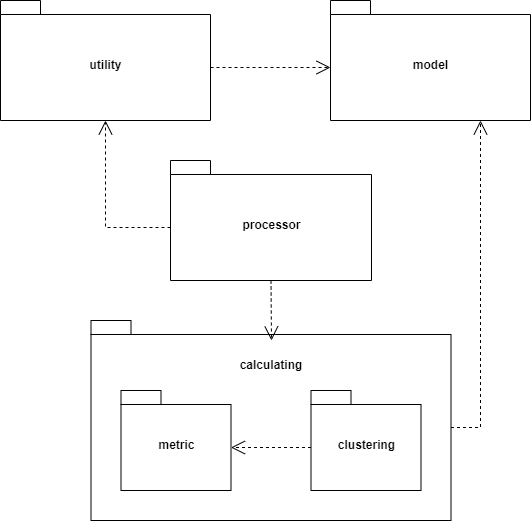
Earlier version of the draw.io export fuchs-1196307/Elaboration/Images/packages.png (lzfs/Bachelorarbeit-Fuchs). Source tidied: cells renumbered, new cells last; positions are measured from the earlier drawing's top-left corner, leaving out a move shared by most shapes. The source it was exported from:
```xml
<mxGraphModel>
  <root>
    <mxCell id="0" />
    <mxCell id="1" parent="0" />
    <mxCell id="2" style="shape=folder;fontStyle=1;spacingTop=10;tabWidth=40;tabHeight=14;tabPosition=left;html=1;" parent="1" vertex="1">
      <mxGeometry x="90.5" y="320" width="360" height="200" as="geometry" />
    </mxCell>
    <mxCell id="3" value="utility" style="shape=folder;fontStyle=1;spacingTop=10;tabWidth=40;tabHeight=14;tabPosition=left;html=1;" parent="1" vertex="1">
      <mxGeometry width="210" height="120" as="geometry" />
    </mxCell>
    <mxCell id="4" value="processor" style="shape=folder;fontStyle=1;spacingTop=10;tabWidth=40;tabHeight=14;tabPosition=left;html=1;" parent="1" vertex="1">
      <mxGeometry x="170" y="160" width="201" height="120" as="geometry" />
    </mxCell>
    <mxCell id="5" value="model" style="shape=folder;fontStyle=1;spacingTop=10;tabWidth=40;tabHeight=14;tabPosition=left;html=1;" parent="1" vertex="1">
      <mxGeometry x="330" width="200" height="120" as="geometry" />
    </mxCell>
    <mxCell id="6" value="metric" style="shape=folder;fontStyle=1;spacingTop=10;tabWidth=40;tabHeight=14;tabPosition=left;html=1;" parent="1" vertex="1">
      <mxGeometry x="120.5" y="390" width="110" height="100" as="geometry" />
    </mxCell>
    <mxCell id="7" value="clustering" style="shape=folder;fontStyle=1;spacingTop=10;tabWidth=40;tabHeight=14;tabPosition=left;html=1;" parent="1" vertex="1">
      <mxGeometry x="310.5" y="390" width="110" height="100" as="geometry" />
    </mxCell>
    <mxCell id="8" value="&lt;b&gt;calculating&lt;/b&gt;" style="text;html=1;strokeColor=none;fillColor=none;align=center;verticalAlign=middle;whiteSpace=wrap;rounded=0;" parent="1" vertex="1">
      <mxGeometry x="240.5" y="350" width="60" height="30" as="geometry" />
    </mxCell>
    <mxCell id="9" style="endArrow=open;endSize=12;dashed=1;html=1;rounded=0;fontSize=12;exitX=0.5;exitY=1;exitDx=0;exitDy=0;exitPerimeter=0;" parent="1" edge="1" source="4">
      <mxGeometry relative="1" as="geometry">
        <mxPoint x="271" y="340" as="targetPoint" />
      </mxGeometry>
    </mxCell>
    <mxCell id="10" style="endArrow=open;endSize=12;dashed=1;html=1;rounded=0;fontSize=12;exitX=0;exitY=0;exitDx=0;exitDy=67;exitPerimeter=0;entryX=0.5;entryY=1;entryDx=0;entryDy=0;entryPerimeter=0;edgeStyle=orthogonalEdgeStyle;" parent="1" edge="1" source="4" target="3">
      <mxGeometry relative="1" as="geometry" />
    </mxCell>
    <mxCell id="11" style="endArrow=open;endSize=12;dashed=1;html=1;rounded=0;fontSize=12;exitX=0;exitY=0;exitDx=360;exitDy=107;exitPerimeter=0;entryX=0.75;entryY=1;entryDx=0;entryDy=0;entryPerimeter=0;edgeStyle=orthogonalEdgeStyle;" parent="1" edge="1" source="2" target="5">
      <mxGeometry relative="1" as="geometry" />
    </mxCell>
    <mxCell id="12" style="endArrow=open;endSize=12;dashed=1;html=1;rounded=0;fontSize=12;exitX=0;exitY=0;exitDx=210;exitDy=67;exitPerimeter=0;entryX=0;entryY=0;entryDx=0;entryDy=67;entryPerimeter=0;" parent="1" edge="1" source="3" target="5">
      <mxGeometry relative="1" as="geometry" />
    </mxCell>
    <mxCell id="13" style="endArrow=open;endSize=12;dashed=1;html=1;rounded=0;fontSize=12;exitX=0;exitY=0;exitDx=0;exitDy=57;exitPerimeter=0;entryX=0;entryY=0;entryDx=110;entryDy=57;entryPerimeter=0;" parent="1" edge="1" source="7" target="6">
      <mxGeometry relative="1" as="geometry" />
    </mxCell>
  </root>
</mxGraphModel>
```
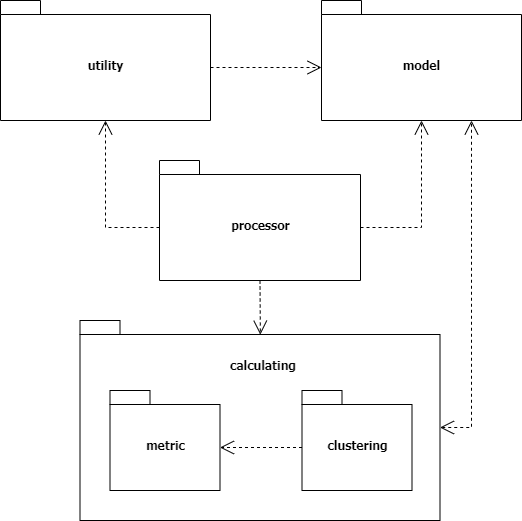
After the change.

Change to the diagram source:
```diff
@@ -2,43 +2,44 @@
   <root>
     <mxCell id="0" />
     <mxCell id="1" parent="0" />
-    <mxCell id="2" style="shape=folder;fontStyle=1;spacingTop=10;tabWidth=40;tabHeight=14;tabPosition=left;html=1;" parent="1" vertex="1">
-      <mxGeometry x="90.5" y="320" width="360" height="200" as="geometry" />
+    <mxCell id="2" style="shape=folder;fontStyle=1;spacingTop=10;tabWidth=40;tabHeight=14;tabPosition=left;html=1;shadow=0;sketch=0;fontFamily=Tahoma;" parent="1" vertex="1">
+      <mxGeometry x="88.5" y="320" width="360" height="200" as="geometry" />
     </mxCell>
-    <mxCell id="3" value="utility" style="shape=folder;fontStyle=1;spacingTop=10;tabWidth=40;tabHeight=14;tabPosition=left;html=1;" parent="1" vertex="1">
-      <mxGeometry width="210" height="120" as="geometry" />
+    <mxCell id="3" value="utility" style="shape=folder;fontStyle=1;spacingTop=10;tabWidth=40;tabHeight=14;tabPosition=left;html=1;shadow=0;sketch=0;fontFamily=Tahoma;" parent="1" vertex="1">
+      <mxGeometry x="9" width="210" height="120" as="geometry" />
     </mxCell>
-    <mxCell id="4" value="processor" style="shape=folder;fontStyle=1;spacingTop=10;tabWidth=40;tabHeight=14;tabPosition=left;html=1;" parent="1" vertex="1">
-      <mxGeometry x="170" y="160" width="201" height="120" as="geometry" />
+    <mxCell id="4" value="processor" style="shape=folder;fontStyle=1;spacingTop=10;tabWidth=40;tabHeight=14;tabPosition=left;html=1;shadow=0;sketch=0;fontFamily=Tahoma;" parent="1" vertex="1">
+      <mxGeometry x="168" y="160" width="201" height="120" as="geometry" />
     </mxCell>
-    <mxCell id="5" value="model" style="shape=folder;fontStyle=1;spacingTop=10;tabWidth=40;tabHeight=14;tabPosition=left;html=1;" parent="1" vertex="1">
+    <mxCell id="5" value="model" style="shape=folder;fontStyle=1;spacingTop=10;tabWidth=40;tabHeight=14;tabPosition=left;html=1;shadow=0;sketch=0;fontFamily=Tahoma;" parent="1" vertex="1">
       <mxGeometry x="330" width="200" height="120" as="geometry" />
     </mxCell>
-    <mxCell id="6" value="metric" style="shape=folder;fontStyle=1;spacingTop=10;tabWidth=40;tabHeight=14;tabPosition=left;html=1;" parent="1" vertex="1">
-      <mxGeometry x="120.5" y="390" width="110" height="100" as="geometry" />
+    <mxCell id="6" value="metric" style="shape=folder;fontStyle=1;spacingTop=10;tabWidth=40;tabHeight=14;tabPosition=left;html=1;shadow=0;sketch=0;fontFamily=Tahoma;" parent="1" vertex="1">
+      <mxGeometry x="118.5" y="390" width="110" height="100" as="geometry" />
     </mxCell>
-    <mxCell id="7" value="clustering" style="shape=folder;fontStyle=1;spacingTop=10;tabWidth=40;tabHeight=14;tabPosition=left;html=1;" parent="1" vertex="1">
+    <mxCell id="7" value="clustering" style="shape=folder;fontStyle=1;spacingTop=10;tabWidth=40;tabHeight=14;tabPosition=left;html=1;shadow=0;sketch=0;fontFamily=Tahoma;" parent="1" vertex="1">
       <mxGeometry x="310.5" y="390" width="110" height="100" as="geometry" />
     </mxCell>
-    <mxCell id="8" value="&lt;b&gt;calculating&lt;/b&gt;" style="text;html=1;strokeColor=none;fillColor=none;align=center;verticalAlign=middle;whiteSpace=wrap;rounded=0;" parent="1" vertex="1">
-      <mxGeometry x="240.5" y="350" width="60" height="30" as="geometry" />
+    <mxCell id="8" value="&lt;b&gt;calculating&lt;/b&gt;" style="text;html=1;strokeColor=none;fillColor=none;align=center;verticalAlign=middle;whiteSpace=wrap;rounded=0;shadow=0;sketch=0;fontFamily=Tahoma;" parent="1" vertex="1">
+      <mxGeometry x="241.5" y="350" width="60" height="30" as="geometry" />
     </mxCell>
-    <mxCell id="9" style="endArrow=open;endSize=12;dashed=1;html=1;rounded=0;fontSize=12;exitX=0.5;exitY=1;exitDx=0;exitDy=0;exitPerimeter=0;" parent="1" edge="1" source="4">
-      <mxGeometry relative="1" as="geometry">
-        <mxPoint x="271" y="340" as="targetPoint" />
-      </mxGeometry>
+    <mxCell id="9" style="endArrow=open;endSize=12;dashed=1;html=1;rounded=0;fontSize=12;exitX=0.5;exitY=1;exitDx=0;exitDy=0;exitPerimeter=0;shadow=0;sketch=0;fontFamily=Tahoma;entryX=0.501;entryY=0.071;entryDx=0;entryDy=0;entryPerimeter=0;" parent="1" edge="1" source="4" target="2">
+      <mxGeometry relative="1" as="geometry" />
     </mxCell>
-    <mxCell id="10" style="endArrow=open;endSize=12;dashed=1;html=1;rounded=0;fontSize=12;exitX=0;exitY=0;exitDx=0;exitDy=67;exitPerimeter=0;entryX=0.5;entryY=1;entryDx=0;entryDy=0;entryPerimeter=0;edgeStyle=orthogonalEdgeStyle;" parent="1" edge="1" source="4" target="3">
+    <mxCell id="10" style="endArrow=open;endSize=12;dashed=1;html=1;rounded=0;fontSize=12;exitX=0;exitY=0;exitDx=0;exitDy=67;exitPerimeter=0;entryX=0.5;entryY=1;entryDx=0;entryDy=0;entryPerimeter=0;edgeStyle=orthogonalEdgeStyle;shadow=0;sketch=0;fontFamily=Tahoma;" parent="1" edge="1" source="4" target="3">
       <mxGeometry relative="1" as="geometry" />
     </mxCell>
-    <mxCell id="11" style="endArrow=open;endSize=12;dashed=1;html=1;rounded=0;fontSize=12;exitX=0;exitY=0;exitDx=360;exitDy=107;exitPerimeter=0;entryX=0.75;entryY=1;entryDx=0;entryDy=0;entryPerimeter=0;edgeStyle=orthogonalEdgeStyle;" parent="1" edge="1" source="2" target="5">
+    <mxCell id="11" style="endArrow=open;dashed=1;html=1;rounded=0;fontSize=12;exitX=0;exitY=0;exitDx=360;exitDy=107;exitPerimeter=0;entryX=0.75;entryY=1;entryDx=0;entryDy=0;entryPerimeter=0;edgeStyle=orthogonalEdgeStyle;endFill=0;startArrow=open;startFill=0;endSize=12;startSize=12;shadow=0;sketch=0;fontFamily=Tahoma;" parent="1" edge="1" source="2" target="5">
       <mxGeometry relative="1" as="geometry" />
     </mxCell>
-    <mxCell id="12" style="endArrow=open;endSize=12;dashed=1;html=1;rounded=0;fontSize=12;exitX=0;exitY=0;exitDx=210;exitDy=67;exitPerimeter=0;entryX=0;entryY=0;entryDx=0;entryDy=67;entryPerimeter=0;" parent="1" edge="1" source="3" target="5">
+    <mxCell id="12" style="endArrow=open;endSize=12;dashed=1;html=1;rounded=0;fontSize=12;exitX=0;exitY=0;exitDx=210;exitDy=67;exitPerimeter=0;entryX=0;entryY=0;entryDx=0;entryDy=67;entryPerimeter=0;shadow=0;sketch=0;fontFamily=Tahoma;" parent="1" edge="1" source="3" target="5">
       <mxGeometry relative="1" as="geometry" />
     </mxCell>
-    <mxCell id="13" style="endArrow=open;endSize=12;dashed=1;html=1;rounded=0;fontSize=12;exitX=0;exitY=0;exitDx=0;exitDy=57;exitPerimeter=0;entryX=0;entryY=0;entryDx=110;entryDy=57;entryPerimeter=0;" parent="1" edge="1" source="7" target="6">
+    <mxCell id="13" style="endArrow=open;endSize=12;dashed=1;html=1;rounded=0;fontSize=12;exitX=0;exitY=0;exitDx=0;exitDy=57;exitPerimeter=0;entryX=0;entryY=0;entryDx=110;entryDy=57;entryPerimeter=0;shadow=0;sketch=0;fontFamily=Tahoma;" parent="1" edge="1" source="7" target="6">
       <mxGeometry relative="1" as="geometry" />
     </mxCell>
+    <mxCell id="14" style="endArrow=open;endSize=12;dashed=1;html=1;rounded=0;fontSize=12;exitX=0;exitY=0;exitDx=201;exitDy=67;exitPerimeter=0;entryX=0.5;entryY=1;entryDx=0;entryDy=0;entryPerimeter=0;edgeStyle=orthogonalEdgeStyle;endFill=0;shadow=0;sketch=0;fontFamily=Tahoma;" parent="1" edge="1" source="4" target="5">
+      <mxGeometry relative="1" as="geometry" />
+    </mxCell>
   </root>
 </mxGraphModel>
```
